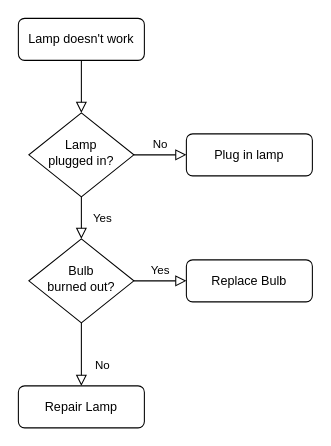
dog-dev-mel/AZ-Certification keeps this draw.io diagram as AS204.drawio. Above is the earlier version. Source tidied: cells renumbered, new cells numbered last; positions are measured from the earlier drawing's top-left corner, leaving out a move shared by most shapes. Both pictures are drawn from the tidied source at 105%, with x=0, y=0 at pixel (18, 18).
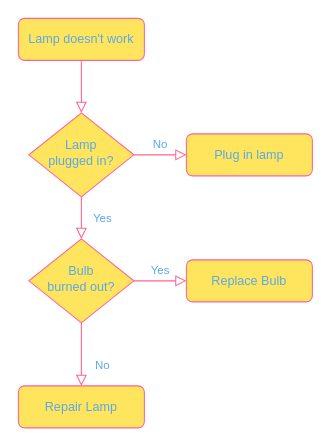
Above is the later version.

What changed in the source:
```diff
@@
 <mxGraphModel>
   <root>
     <mxCell id="0" />
     <mxCell id="1" parent="0" />
-    <mxCell id="2" style="rounded=0;html=1;jettySize=auto;fontSize=11;endArrow=block;endFill=0;endSize=8;strokeWidth=1;shadow=0;labelBackgroundColor=none;edgeStyle=orthogonalEdgeStyle;" parent="1" edge="1" source="3" target="6">
+    <mxCell id="2" style="rounded=0;html=1;jettySize=auto;fontSize=11;endArrow=block;endFill=0;endSize=8;strokeWidth=1;shadow=0;labelBackgroundColor=none;edgeStyle=orthogonalEdgeStyle;strokeColor=#FF6392;fontColor=#5AA9E6;" parent="1" edge="1" source="3" target="6">
       <mxGeometry relative="1" as="geometry" />
     </mxCell>
-    <mxCell id="3" value="Lamp doesn't work" style="rounded=1;whiteSpace=wrap;html=1;fontSize=12;glass=0;strokeWidth=1;shadow=0;" parent="1" vertex="1">
+    <mxCell id="3" value="Lamp doesn't work" style="rounded=1;whiteSpace=wrap;html=1;fontSize=12;glass=0;strokeWidth=1;shadow=0;fillColor=#FFE45E;strokeColor=#FF6392;fontColor=#5AA9E6;" parent="1" vertex="1">
       <mxGeometry width="120" height="40" as="geometry" />
     </mxCell>
-    <mxCell id="4" value="Yes" style="rounded=0;html=1;jettySize=auto;fontSize=11;endArrow=block;endFill=0;endSize=8;strokeWidth=1;shadow=0;labelBackgroundColor=none;edgeStyle=orthogonalEdgeStyle;" parent="1" edge="1" source="6" target="10">
+    <mxCell id="4" value="Yes" style="rounded=0;html=1;jettySize=auto;fontSize=11;endArrow=block;endFill=0;endSize=8;strokeWidth=1;shadow=0;labelBackgroundColor=none;edgeStyle=orthogonalEdgeStyle;strokeColor=#FF6392;fontColor=#5AA9E6;" parent="1" edge="1" source="6" target="10">
       <mxGeometry y="20" relative="1" as="geometry" />
     </mxCell>
-    <mxCell id="5" value="No" style="edgeStyle=orthogonalEdgeStyle;rounded=0;html=1;jettySize=auto;fontSize=11;endArrow=block;endFill=0;endSize=8;strokeWidth=1;shadow=0;labelBackgroundColor=none;" parent="1" edge="1" source="6" target="7">
+    <mxCell id="5" value="No" style="edgeStyle=orthogonalEdgeStyle;rounded=0;html=1;jettySize=auto;fontSize=11;endArrow=block;endFill=0;endSize=8;strokeWidth=1;shadow=0;labelBackgroundColor=none;strokeColor=#FF6392;fontColor=#5AA9E6;" parent="1" edge="1" source="6" target="7">
       <mxGeometry y="10" relative="1" as="geometry" />
     </mxCell>
-    <mxCell id="6" value="Lamp&lt;br&gt;plugged in?" style="rhombus;whiteSpace=wrap;html=1;shadow=0;fontFamily=Helvetica;fontSize=12;align=center;strokeWidth=1;spacing=6;spacingTop=-4;" parent="1" vertex="1">
+    <mxCell id="6" value="Lamp&lt;br&gt;plugged in?" style="rhombus;whiteSpace=wrap;html=1;shadow=0;fontFamily=Helvetica;fontSize=12;align=center;strokeWidth=1;spacing=6;spacingTop=-4;fillColor=#FFE45E;strokeColor=#FF6392;fontColor=#5AA9E6;" parent="1" vertex="1">
       <mxGeometry x="10" y="90" width="100" height="80" as="geometry" />
     </mxCell>
-    <mxCell id="7" value="Plug in lamp" style="rounded=1;whiteSpace=wrap;html=1;fontSize=12;glass=0;strokeWidth=1;shadow=0;" parent="1" vertex="1">
+    <mxCell id="7" value="Plug in lamp" style="rounded=1;whiteSpace=wrap;html=1;fontSize=12;glass=0;strokeWidth=1;shadow=0;fillColor=#FFE45E;strokeColor=#FF6392;fontColor=#5AA9E6;" parent="1" vertex="1">
       <mxGeometry x="160" y="110" width="120" height="40" as="geometry" />
     </mxCell>
-    <mxCell id="8" value="No" style="rounded=0;html=1;jettySize=auto;fontSize=11;endArrow=block;endFill=0;endSize=8;strokeWidth=1;shadow=0;labelBackgroundColor=none;edgeStyle=orthogonalEdgeStyle;" parent="1" edge="1" source="10" target="11">
+    <mxCell id="8" value="No" style="rounded=0;html=1;jettySize=auto;fontSize=11;endArrow=block;endFill=0;endSize=8;strokeWidth=1;shadow=0;labelBackgroundColor=none;edgeStyle=orthogonalEdgeStyle;strokeColor=#FF6392;fontColor=#5AA9E6;" parent="1" edge="1" source="10" target="11">
       <mxGeometry x="0.33" y="20" relative="1" as="geometry" />
     </mxCell>
-    <mxCell id="9" value="Yes" style="edgeStyle=orthogonalEdgeStyle;rounded=0;html=1;jettySize=auto;fontSize=11;endArrow=block;endFill=0;endSize=8;strokeWidth=1;shadow=0;labelBackgroundColor=none;" parent="1" edge="1" source="10" target="12">
+    <mxCell id="9" value="Yes" style="edgeStyle=orthogonalEdgeStyle;rounded=0;html=1;jettySize=auto;fontSize=11;endArrow=block;endFill=0;endSize=8;strokeWidth=1;shadow=0;labelBackgroundColor=none;strokeColor=#FF6392;fontColor=#5AA9E6;" parent="1" edge="1" source="10" target="12">
       <mxGeometry y="10" relative="1" as="geometry" />
     </mxCell>
-    <mxCell id="10" value="Bulb&lt;br&gt;burned out?" style="rhombus;whiteSpace=wrap;html=1;shadow=0;fontFamily=Helvetica;fontSize=12;align=center;strokeWidth=1;spacing=6;spacingTop=-4;" parent="1" vertex="1">
+    <mxCell id="10" value="Bulb&lt;br&gt;burned out?" style="rhombus;whiteSpace=wrap;html=1;shadow=0;fontFamily=Helvetica;fontSize=12;align=center;strokeWidth=1;spacing=6;spacingTop=-4;fillColor=#FFE45E;strokeColor=#FF6392;fontColor=#5AA9E6;" parent="1" vertex="1">
       <mxGeometry x="10" y="210" width="100" height="80" as="geometry" />
     </mxCell>
-    <mxCell id="11" value="Repair Lamp" style="rounded=1;whiteSpace=wrap;html=1;fontSize=12;glass=0;strokeWidth=1;shadow=0;" parent="1" vertex="1">
+    <mxCell id="11" value="Repair Lamp" style="rounded=1;whiteSpace=wrap;html=1;fontSize=12;glass=0;strokeWidth=1;shadow=0;fillColor=#FFE45E;strokeColor=#FF6392;fontColor=#5AA9E6;" parent="1" vertex="1">
       <mxGeometry y="350" width="120" height="40" as="geometry" />
     </mxCell>
-    <mxCell id="12" value="Replace Bulb" style="rounded=1;whiteSpace=wrap;html=1;fontSize=12;glass=0;strokeWidth=1;shadow=0;" parent="1" vertex="1">
+    <mxCell id="12" value="Replace Bulb" style="rounded=1;whiteSpace=wrap;html=1;fontSize=12;glass=0;strokeWidth=1;shadow=0;fillColor=#FFE45E;strokeColor=#FF6392;fontColor=#5AA9E6;" parent="1" vertex="1">
       <mxGeometry x="160" y="230" width="120" height="40" as="geometry" />
     </mxCell>
   </root>
 </mxGraphModel>
```
